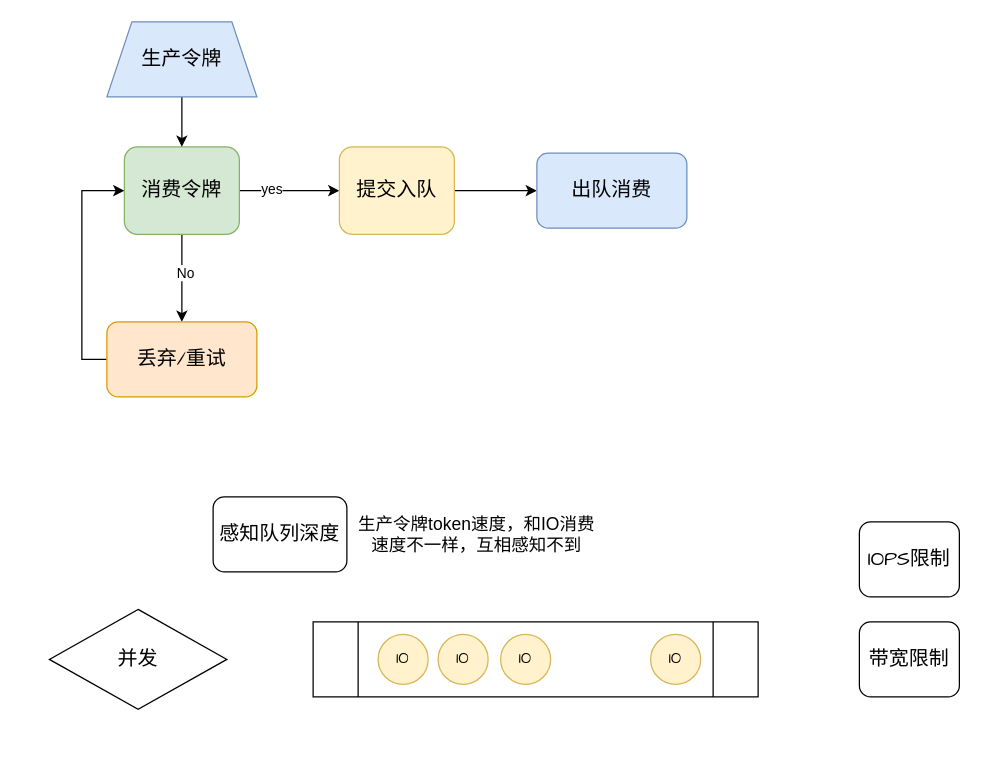
The draw.io diagram page "Qos" (17 of 17) of draw_blobstore.drawio in mawei029/milin_draw, before the edit. Source tidied: cells renumbered, new cells numbered last; positions are measured from the earlier drawing's top-left corner, leaving out a move shared by most shapes. Both pictures are drawn from the tidied source at 125%, with x=0, y=0 at pixel (49, 21).
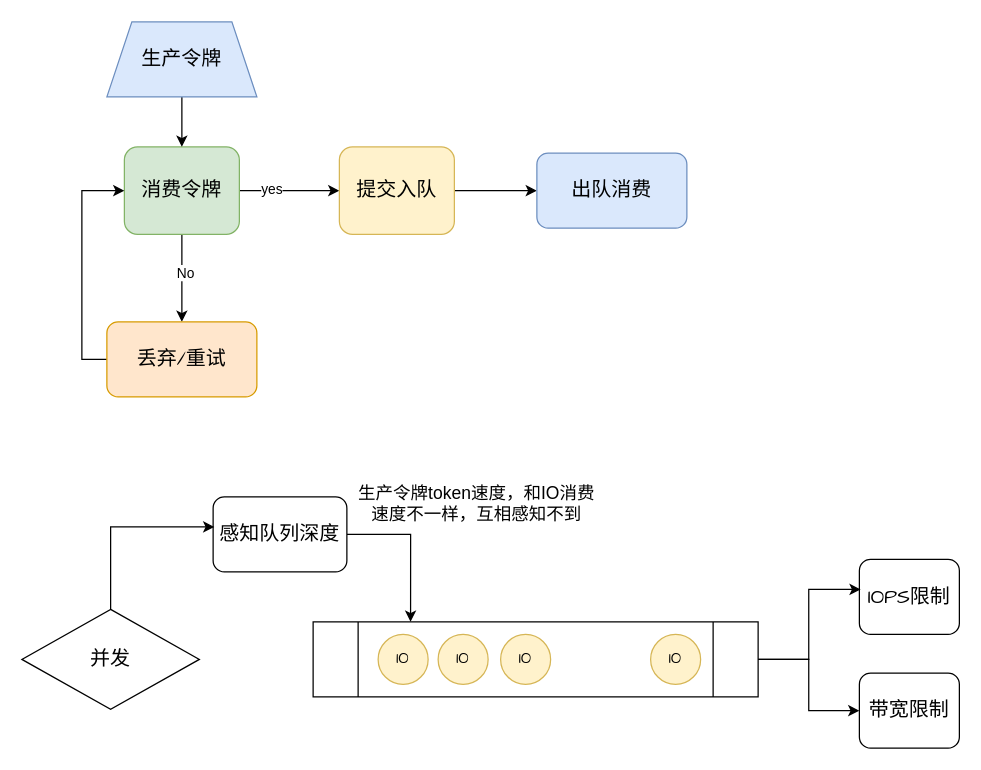
Above is the later version.

The change refers to these unchanged cells:
```xml
<mxCell id="15" style="shape=process;whiteSpace=wrap;html=1;backgroundOutline=1;" parent="1" vertex="1">
  <mxGeometry x="211" y="480" width="356" height="60" as="geometry" />
</mxCell>
<mxCell id="22" value="感知队列深度" style="rounded=1;whiteSpace=wrap;html=1;fontSize=16;fontFamily=Comic Sans MS;" parent="1" vertex="1">
  <mxGeometry x="131" y="380" width="107" height="60" as="geometry" />
</mxCell>
```

What changed in the source:
```diff
@@
     <mxCell id="14" value="并发" style="rhombus;whiteSpace=wrap;html=1;fontFamily=Comic Sans MS;fontSize=16;" parent="1" vertex="1">
-      <mxGeometry y="470" width="142" height="80" as="geometry" />
+      <mxGeometry x="-22" y="470" width="142" height="80" as="geometry" />
     </mxCell>
+    <mxCell id="24" style="edgeStyle=orthogonalEdgeStyle;rounded=0;jettySize=auto;html=1;entryX=0;entryY=0.5;entryDx=0;entryDy=0;" parent="1" edge="1" source="15" target="20">
+      <mxGeometry relative="1" as="geometry" />
+    </mxCell>
@@
     <mxCell id="20" value="带宽限制" style="rounded=1;whiteSpace=wrap;html=1;fontSize=16;fontFamily=Comic Sans MS;" parent="1" vertex="1">
-      <mxGeometry x="648" y="480" width="80" height="60" as="geometry" />
+      <mxGeometry x="648" y="521" width="80" height="60" as="geometry" />
     </mxCell>
     <mxCell id="21" value="IOPS限制" style="rounded=1;whiteSpace=wrap;html=1;fontSize=16;fontFamily=Comic Sans MS;" parent="1" vertex="1">
-      <mxGeometry x="648" y="400" width="80" height="60" as="geometry" />
+      <mxGeometry x="648" y="430" width="80" height="60" as="geometry" />
     </mxCell>
+    <mxCell id="25" style="edgeStyle=orthogonalEdgeStyle;rounded=0;jettySize=auto;html=1;entryX=0.219;entryY=0;entryDx=0;entryDy=0;entryPerimeter=0;" parent="1" edge="1" source="22" target="15">
+      <mxGeometry relative="1" as="geometry">
+        <Array as="points">
+          <mxPoint x="289" y="410" />
+        </Array>
+      </mxGeometry>
+    </mxCell>
@@
     <mxCell id="23" value="生产令牌token速度，和IO消费速度不一样，互相感知不到" style="text;html=1;align=center;verticalAlign=middle;whiteSpace=wrap;rounded=0;fontSize=14;" parent="1" vertex="1">
-      <mxGeometry x="246" y="395" width="192" height="30" as="geometry" />
+      <mxGeometry x="246" y="370" width="192" height="30" as="geometry" />
     </mxCell>
+    <mxCell id="26" style="edgeStyle=orthogonalEdgeStyle;rounded=0;jettySize=auto;html=1;entryX=0.009;entryY=0.4;entryDx=0;entryDy=0;entryPerimeter=0;" parent="1" edge="1" source="14" target="22">
+      <mxGeometry relative="1" as="geometry">
+        <Array as="points">
+          <mxPoint x="49" y="404" />
+        </Array>
+      </mxGeometry>
+    </mxCell>
+    <mxCell id="27" style="edgeStyle=orthogonalEdgeStyle;rounded=0;jettySize=auto;html=1;entryX=0.013;entryY=0.4;entryDx=0;entryDy=0;entryPerimeter=0;" parent="1" edge="1" source="15" target="21">
+      <mxGeometry relative="1" as="geometry" />
+    </mxCell>
```
